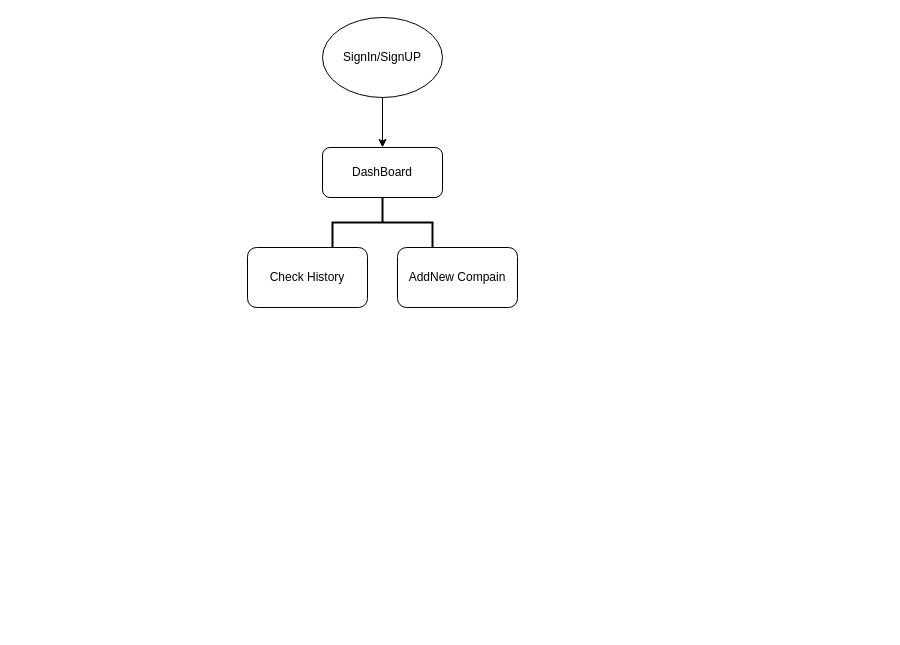
Above: EmailValidator.drawio in Prabhakar1437/Backend_Bootcamp (draw.io), before the change. Source tidied: cells renumbered, new cells numbered last; positions are measured from the earlier drawing's top-left corner, leaving out a move shared by most shapes. Both pictures are drawn from the tidied source at 100%, with x=0, y=0 at pixel (247, 17).
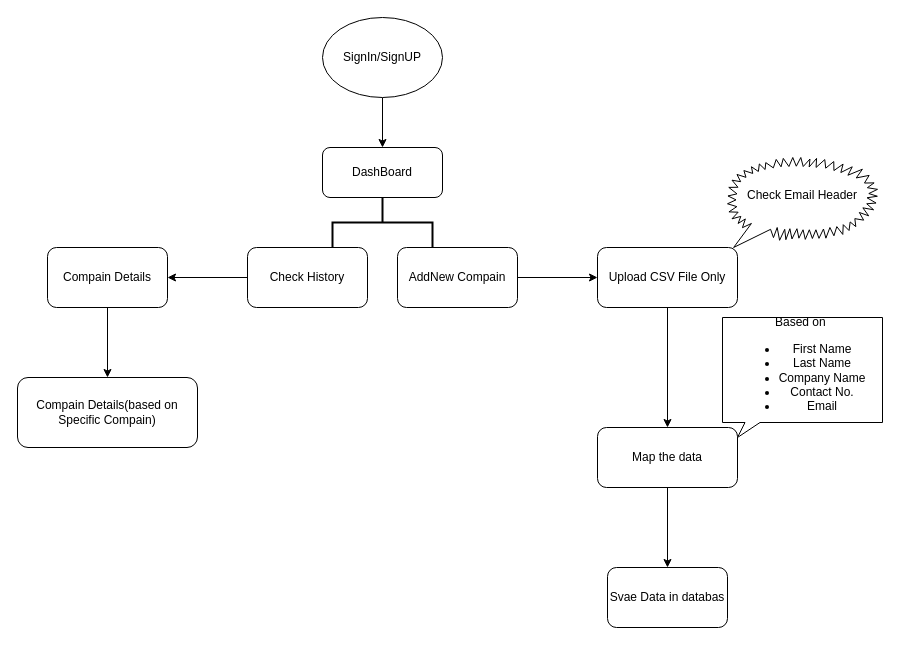
The same diagram, later.

Change to the diagram source:
```diff
@@
 <mxGraphModel>
   <root>
     <mxCell id="0" />
     <mxCell id="1" parent="0" />
     <mxCell id="2" style="edgeStyle=orthogonalEdgeStyle;rounded=0;jettySize=auto;html=1;" parent="1" edge="1" source="3" target="4">
       <mxGeometry relative="1" as="geometry" />
     </mxCell>
     <mxCell id="3" value="SignIn/SignUP" style="ellipse;whiteSpace=wrap;html=1;" parent="1" vertex="1">
       <mxGeometry x="75" width="120" height="80" as="geometry" />
     </mxCell>
     <mxCell id="4" value="DashBoard" style="rounded=1;whiteSpace=wrap;html=1;" parent="1" vertex="1">
       <mxGeometry x="75" y="130" width="120" height="50" as="geometry" />
     </mxCell>
+    <mxCell id="8" style="edgeStyle=orthogonalEdgeStyle;rounded=0;jettySize=auto;html=1;" parent="1" edge="1" source="5" target="14">
+      <mxGeometry relative="1" as="geometry" />
+    </mxCell>
     <mxCell id="5" value="AddNew Compain" style="whiteSpace=wrap;html=1;rounded=1;" parent="1" vertex="1">
       <mxGeometry x="150" y="230" width="120" height="60" as="geometry" />
     </mxCell>
+    <mxCell id="9" style="edgeStyle=orthogonalEdgeStyle;rounded=0;jettySize=auto;html=1;" parent="1" edge="1" source="6" target="11">
+      <mxGeometry relative="1" as="geometry" />
+    </mxCell>
     <mxCell id="6" value="Check History" style="rounded=1;whiteSpace=wrap;html=1;" parent="1" vertex="1">
       <mxGeometry y="230" width="120" height="60" as="geometry" />
     </mxCell>
     <mxCell id="7" style="strokeWidth=2;html=1;shape=mxgraph.flowchart.annotation_2;align=left;labelPosition=right;direction=south;" parent="1" vertex="1">
       <mxGeometry x="85" y="180" width="100" height="50" as="geometry" />
     </mxCell>
+    <mxCell id="10" style="edgeStyle=orthogonalEdgeStyle;rounded=0;jettySize=auto;html=1;" parent="1" edge="1" source="11" target="12">
+      <mxGeometry relative="1" as="geometry" />
+    </mxCell>
+    <mxCell id="11" value="Compain Details" style="whiteSpace=wrap;html=1;rounded=1;" parent="1" vertex="1">
+      <mxGeometry x="-200" y="230" width="120" height="60" as="geometry" />
+    </mxCell>
+    <mxCell id="12" value="Compain Details(based on Specific Compain)" style="whiteSpace=wrap;html=1;rounded=1;" parent="1" vertex="1">
+      <mxGeometry x="-230" y="360" width="180" height="70" as="geometry" />
+    </mxCell>
+    <mxCell id="13" style="edgeStyle=orthogonalEdgeStyle;rounded=0;jettySize=auto;html=1;" parent="1" edge="1" source="14" target="16">
+      <mxGeometry relative="1" as="geometry" />
+    </mxCell>
+    <mxCell id="14" value="Upload CSV File Only" style="whiteSpace=wrap;html=1;rounded=1;" parent="1" vertex="1">
+      <mxGeometry x="350" y="230" width="140" height="60" as="geometry" />
+    </mxCell>
+    <mxCell id="15" style="edgeStyle=orthogonalEdgeStyle;rounded=0;jettySize=auto;html=1;" parent="1" edge="1" source="16" target="19">
+      <mxGeometry relative="1" as="geometry" />
+    </mxCell>
+    <mxCell id="16" value="Map the data" style="whiteSpace=wrap;html=1;rounded=1;" parent="1" vertex="1">
+      <mxGeometry x="350" y="410" width="140" height="60" as="geometry" />
+    </mxCell>
+    <mxCell id="17" value="Check Email Header&lt;div&gt;&lt;br&gt;&lt;/div&gt;" style="whiteSpace=wrap;html=1;shape=mxgraph.basic.loud_callout;" parent="1" vertex="1">
+      <mxGeometry x="480" y="140" width="150" height="90" as="geometry" />
+    </mxCell>
+    <mxCell id="18" value="Based on&amp;nbsp;&lt;br&gt;&lt;ul&gt;&lt;li&gt;First Name&lt;br&gt;&lt;/li&gt;&lt;li&gt;Last Name&lt;/li&gt;&lt;li&gt;Company Name&lt;/li&gt;&lt;li&gt;Contact No.&lt;/li&gt;&lt;li&gt;Email&lt;/li&gt;&lt;/ul&gt;" style="whiteSpace=wrap;html=1;shape=mxgraph.basic.rectCallout;dx=30;dy=15;boundedLbl=1;" parent="1" vertex="1">
+      <mxGeometry x="475" y="300" width="160" height="120" as="geometry" />
+    </mxCell>
+    <mxCell id="19" value="Svae Data in databas" style="whiteSpace=wrap;html=1;rounded=1;" parent="1" vertex="1">
+      <mxGeometry x="360" y="550" width="120" height="60" as="geometry" />
+    </mxCell>
   </root>
 </mxGraphModel>
```
